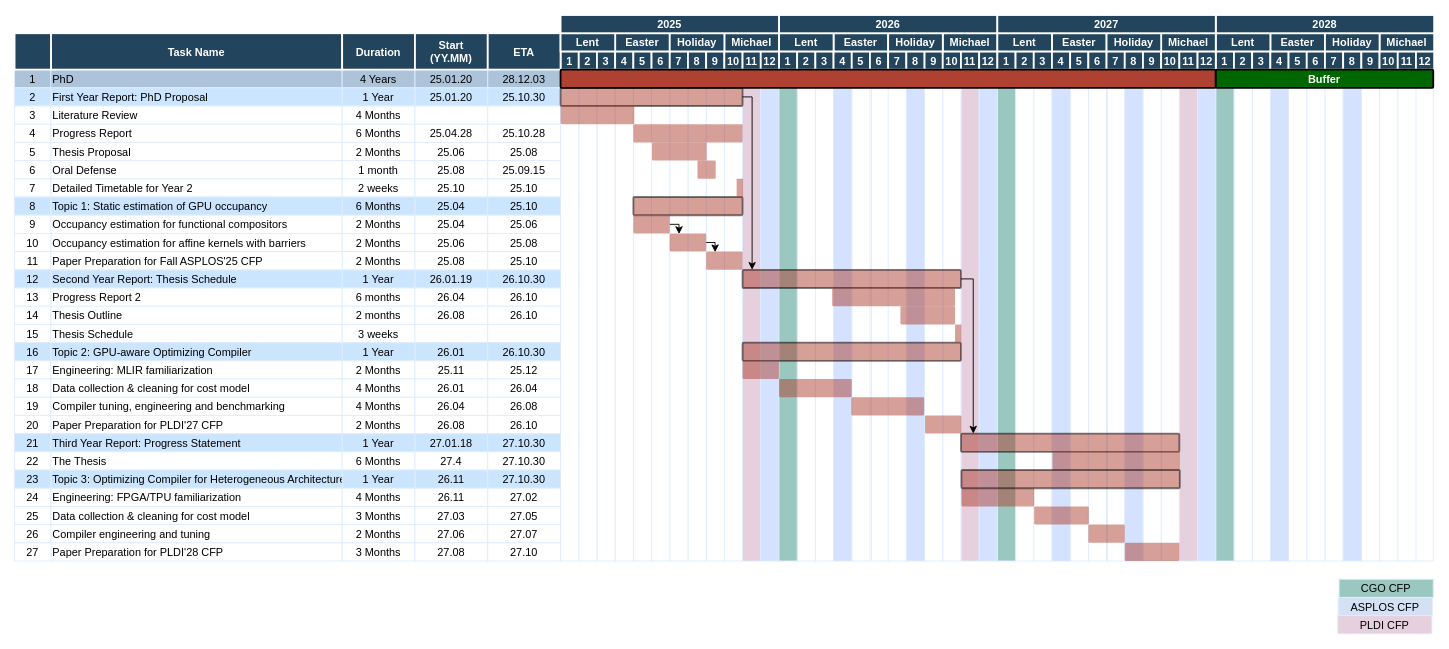
This is research-plan.drawio from hhkit/draw-io-bin, a draw.io file, before an edit. Source tidied: cells renumbered, new cells numbered last; positions are measured from the earlier drawing's top-left corner, leaving out a move shared by most shapes. Both pictures are drawn from the tidied source at 91%, with x=0, y=0 at pixel (14, 15).
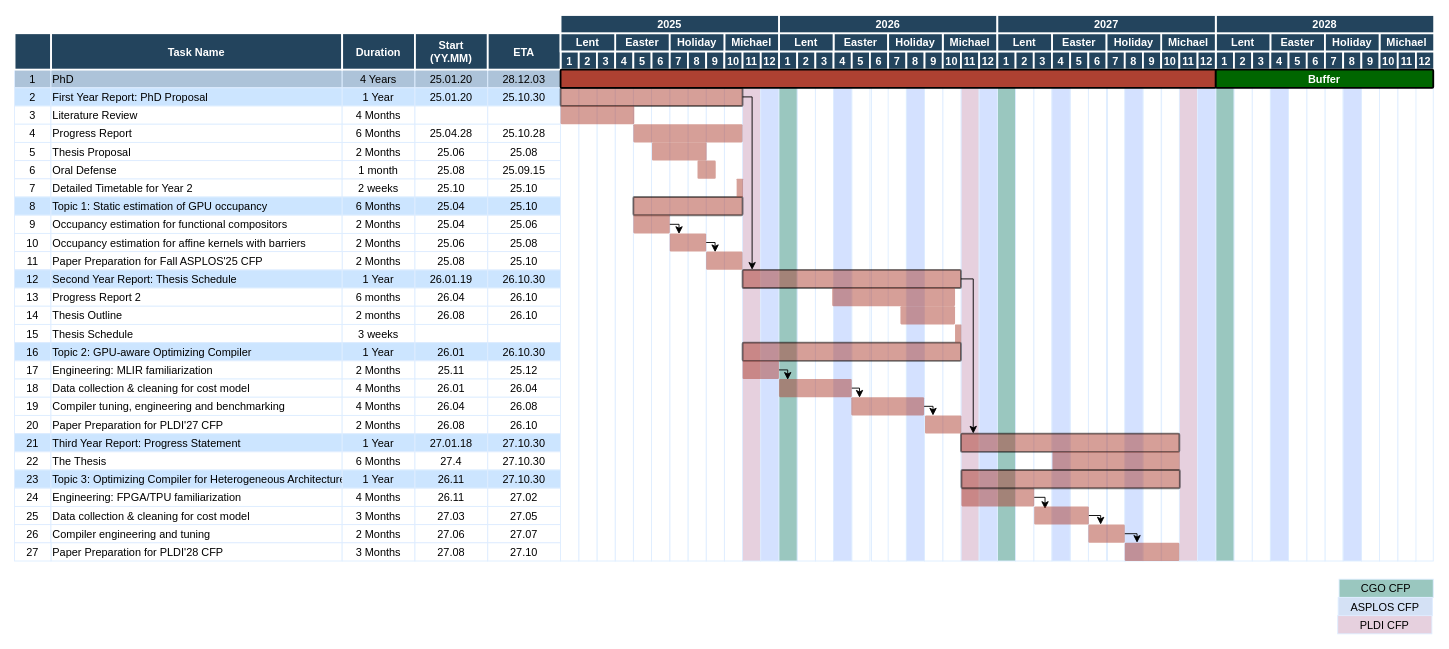
The same page after the edit.

The change refers to these unchanged cells:
```xml
<mxCell id="255" style="shape=mxgraph.flowchart.process;fillColor=#AE4132;strokeColor=none;strokeWidth=2;opacity=50;" parent="1" vertex="1">
  <mxGeometry x="800.5" y="380" width="40" height="20" as="geometry" />
</mxCell>
<mxCell id="256" style="shape=mxgraph.flowchart.process;fillColor=#AE4132;strokeColor=none;strokeWidth=2;opacity=50;" parent="1" vertex="1">
  <mxGeometry x="920" y="420" width="80" height="20" as="geometry" />
</mxCell>
<mxCell id="257" style="shape=mxgraph.flowchart.process;fillColor=#AE4132;strokeColor=none;strokeWidth=2;opacity=50;" parent="1" vertex="1">
  <mxGeometry x="840.5" y="400" width="80" height="20" as="geometry" />
</mxCell>
<mxCell id="267" style="shape=mxgraph.flowchart.process;fillColor=#AE4132;strokeColor=none;strokeWidth=2;opacity=50;" parent="1" vertex="1">
  <mxGeometry x="1001" y="440" width="40" height="20" as="geometry" />
</mxCell>
<mxCell id="287" style="shape=mxgraph.flowchart.process;fillColor=#AE4132;strokeColor=none;strokeWidth=2;opacity=50;" parent="1" vertex="1">
  <mxGeometry x="1041" y="520" width="80" height="20" as="geometry" />
</mxCell>
<mxCell id="289" style="shape=mxgraph.flowchart.process;fillColor=#AE4132;strokeColor=none;strokeWidth=2;opacity=50;" parent="1" vertex="1">
  <mxGeometry x="1121" y="540" width="60" height="20" as="geometry" />
</mxCell>
<mxCell id="290" style="shape=mxgraph.flowchart.process;fillColor=#AE4132;strokeColor=none;strokeWidth=2;opacity=50;" parent="1" vertex="1">
  <mxGeometry x="1220.5" y="580" width="60" height="20" as="geometry" />
</mxCell>
<mxCell id="296" style="shape=mxgraph.flowchart.process;fillColor=#AE4132;strokeColor=none;strokeWidth=2;opacity=50;" parent="1" vertex="1">
  <mxGeometry x="1180.5" y="560" width="40" height="20" as="geometry" />
</mxCell>
```

The edit, as a diff of the source:
```diff
@@
+    <mxCell id="297" style="edgeStyle=orthogonalEdgeStyle;rounded=0;jettySize=auto;html=1;entryX=0.12;entryY=0.045;entryDx=0;entryDy=0;entryPerimeter=0;" parent="1" edge="1" source="255" target="257">
+      <mxGeometry relative="1" as="geometry">
+        <Array as="points">
+          <mxPoint x="850" y="390" />
+        </Array>
+      </mxGeometry>
+    </mxCell>
@@
+    <mxCell id="298" style="edgeStyle=orthogonalEdgeStyle;rounded=0;jettySize=auto;html=1;entryX=0.219;entryY=0.01;entryDx=0;entryDy=0;entryPerimeter=0;" parent="1" edge="1" source="256" target="267">
+      <mxGeometry relative="1" as="geometry">
+        <Array as="points">
+          <mxPoint x="1010" y="430" />
+          <mxPoint x="1010" y="440" />
+        </Array>
+      </mxGeometry>
+    </mxCell>
@@
+    <mxCell id="299" style="edgeStyle=orthogonalEdgeStyle;rounded=0;jettySize=auto;html=1;entryX=0.113;entryY=0.028;entryDx=0;entryDy=0;entryPerimeter=0;" parent="1" edge="1" source="257" target="256">
+      <mxGeometry relative="1" as="geometry">
+        <Array as="points">
+          <mxPoint x="929" y="410" />
+        </Array>
+      </mxGeometry>
+    </mxCell>
@@
+    <mxCell id="300" style="edgeStyle=orthogonalEdgeStyle;rounded=0;jettySize=auto;html=1;entryX=0.198;entryY=0.141;entryDx=0;entryDy=0;entryPerimeter=0;" parent="1" edge="1" source="287" target="289">
+      <mxGeometry relative="1" as="geometry">
+        <Array as="points">
+          <mxPoint x="1133" y="530" />
+        </Array>
+      </mxGeometry>
+    </mxCell>
@@
+    <mxCell id="301" style="edgeStyle=orthogonalEdgeStyle;rounded=0;jettySize=auto;html=1;" parent="1" edge="1" source="289" target="296">
+      <mxGeometry relative="1" as="geometry">
+        <Array as="points">
+          <mxPoint x="1194" y="550" />
+        </Array>
+      </mxGeometry>
+    </mxCell>
@@
+    <mxCell id="302" style="edgeStyle=orthogonalEdgeStyle;rounded=0;jettySize=auto;html=1;entryX=0.225;entryY=0;entryDx=0;entryDy=0;entryPerimeter=0;" parent="1" edge="1" source="296" target="290">
+      <mxGeometry relative="1" as="geometry">
+        <Array as="points">
+          <mxPoint x="1234" y="570" />
+        </Array>
+      </mxGeometry>
+    </mxCell>
```
